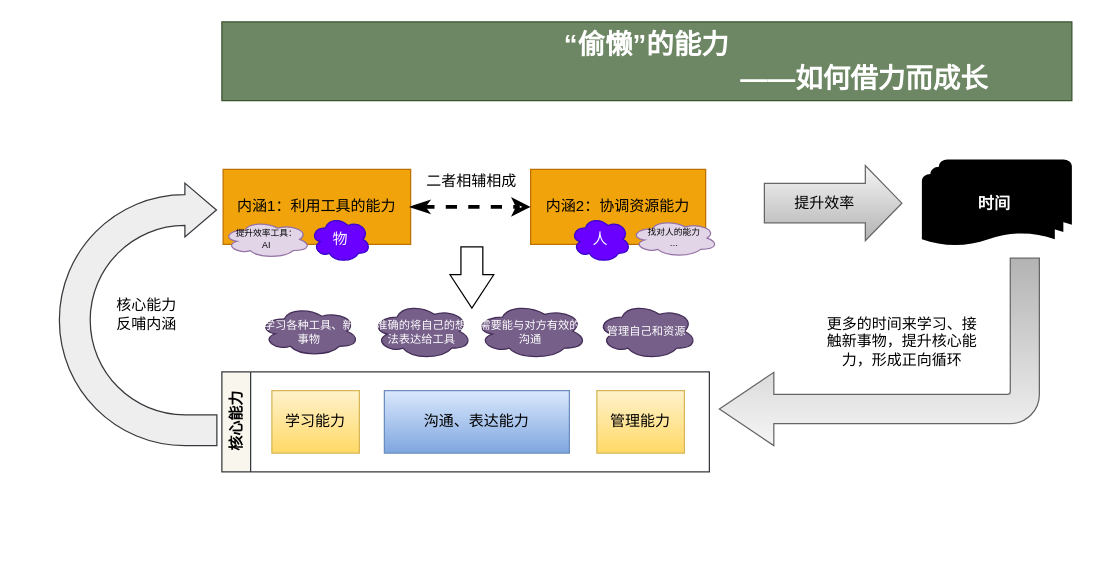
This is 会议.drawio from cwsheng/drawingio, a draw.io file, before an edit. Source tidied: cells renumbered, new cells numbered last; positions are measured from the earlier drawing's top-left corner, leaving out a move shared by most shapes. Both pictures are drawn from the tidied source at 125%, with x=0, y=0 at pixel (59, 21).
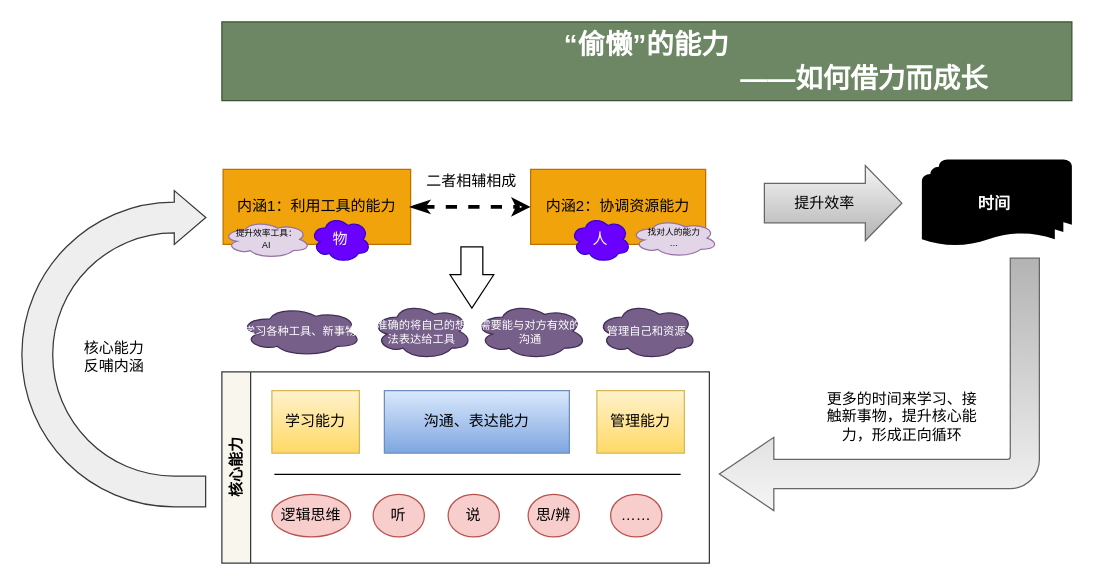
Above is the later version.

The edit, as a diff of the source:
```diff
@@
     <mxCell id="9" style="group;" parent="1" vertex="1">
-      <mxGeometry x="140" y="280" width="380" height="80" as="geometry" />
+      <mxGeometry x="140" y="280" width="380" height="153" as="geometry" />
     </mxCell>
     <mxCell id="10" value="核心能力" style="swimlane;horizontal=0;whiteSpace=wrap;html=1;fillColor=#f9f7ed;strokeColor=#36393d;" parent="9" vertex="1">
-      <mxGeometry x="-10" width="390" height="80" as="geometry" />
+      <mxGeometry x="-10" width="390" height="153" as="geometry" />
     </mxCell>
@@
+    <mxCell id="27" style="endArrow=none;html=1;rounded=0;" parent="10" edge="1">
+      <mxGeometry relative="1" as="geometry">
+        <mxPoint x="42" y="82" as="sourcePoint" />
+        <mxPoint x="367" y="82" as="targetPoint" />
+      </mxGeometry>
+    </mxCell>
+    <mxCell id="28" value="逻辑思维" style="ellipse;whiteSpace=wrap;html=1;fillColor=#f8cecc;strokeColor=#b85450;" parent="10" vertex="1">
+      <mxGeometry x="40" y="98" width="63" height="34" as="geometry" />
+    </mxCell>
+    <mxCell id="29" value="听" style="ellipse;whiteSpace=wrap;html=1;fillColor=#f8cecc;strokeColor=#b85450;" parent="10" vertex="1">
+      <mxGeometry x="121" y="98" width="41" height="34" as="geometry" />
+    </mxCell>
+    <mxCell id="30" value="说" style="ellipse;whiteSpace=wrap;html=1;fillColor=#f8cecc;strokeColor=#b85450;" parent="10" vertex="1">
+      <mxGeometry x="181" y="98" width="41" height="34" as="geometry" />
+    </mxCell>
+    <mxCell id="31" value="思/辨" style="ellipse;whiteSpace=wrap;html=1;fillColor=#f8cecc;strokeColor=#b85450;" parent="10" vertex="1">
+      <mxGeometry x="245" y="98" width="41" height="34" as="geometry" />
+    </mxCell>
+    <mxCell id="32" value="……" style="ellipse;whiteSpace=wrap;html=1;fillColor=#f8cecc;strokeColor=#b85450;" parent="10" vertex="1">
+      <mxGeometry x="311" y="98" width="41" height="34" as="geometry" />
+    </mxCell>
@@
     <mxCell id="15" style="html=1;shadow=0;dashed=0;align=center;verticalAlign=middle;shape=mxgraph.arrows2.bendArrow;dy=11.64;dx=43.57;notch=0;arrowHead=58.62;rounded=1;rotation=-180;fillColor=#f5f5f5;strokeColor=#666666;gradientColor=#b3b3b3;" parent="1" vertex="1">
-      <mxGeometry x="528" y="189" width="256" height="150" as="geometry" />
+      <mxGeometry x="528" y="189" width="256" height="202" as="geometry" />
     </mxCell>
     <mxCell id="16" value="更多的时间来学习、接触新事物，提升核心能力，形成正向循环" style="text;html=1;whiteSpace=wrap;strokeColor=none;fillColor=none;align=center;verticalAlign=middle;rounded=0;" parent="1" vertex="1">
-      <mxGeometry x="609" y="236" width="131" height="40" as="geometry" />
+      <mxGeometry x="609" y="296" width="131" height="40" as="geometry" />
     </mxCell>
     <mxCell id="17" value="学习各种工具、新事物" style="ellipse;shape=cloud;whiteSpace=wrap;html=1;fontSize=9;fillColor=#76608a;fontColor=#ffffff;strokeColor=#432D57;" parent="1" vertex="1">
-      <mxGeometry x="160" y="227.5" width="80" height="40" as="geometry" />
+      <mxGeometry x="144" y="227.5" width="98" height="40" as="geometry" />
     </mxCell>
@@
     <mxCell id="23" style="html=1;shadow=0;dashed=0;align=center;verticalAlign=middle;shape=mxgraph.arrows2.uTurnArrow;dy=12.33;arrowHead=43;dx2=25.25;fillColor=#eeeeee;strokeColor=#36393d;" parent="1" vertex="1">
-      <mxGeometry y="129" width="126" height="210" as="geometry" />
+      <mxGeometry x="-30" y="135" width="147" height="253" as="geometry" />
     </mxCell>
     <mxCell id="24" value="核心能力反哺内涵" style="text;html=1;whiteSpace=wrap;strokeColor=none;fillColor=none;align=center;verticalAlign=middle;rounded=0;" parent="1" vertex="1">
-      <mxGeometry x="40" y="219" width="60" height="30" as="geometry" />
+      <mxGeometry x="13.5" y="253" width="60" height="30" as="geometry" />
     </mxCell>
```
